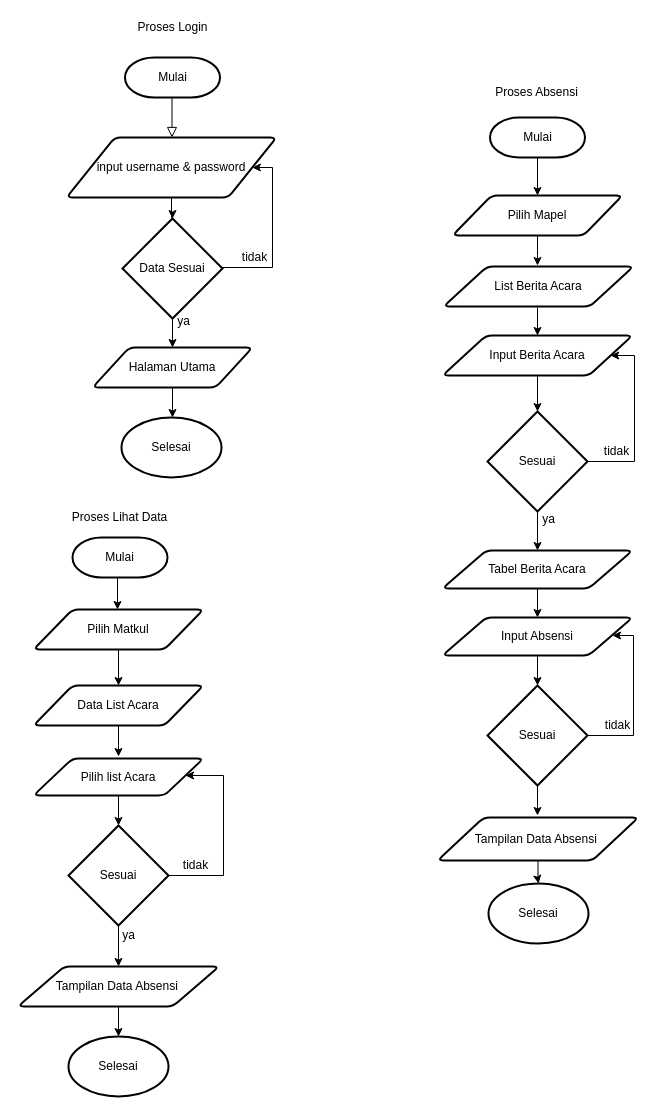
Above: page "Page-1" (1 of 3) of Untitled Diagram.drawio in wahyudi2920/afcticord_project (draw.io), before the change. Source tidied: cells renumbered, new cells numbered last; positions are measured from the earlier drawing's top-left corner, leaving out a move shared by most shapes. Both pictures are drawn from the tidied source at 100%, with x=0, y=0 at pixel (18, 17).
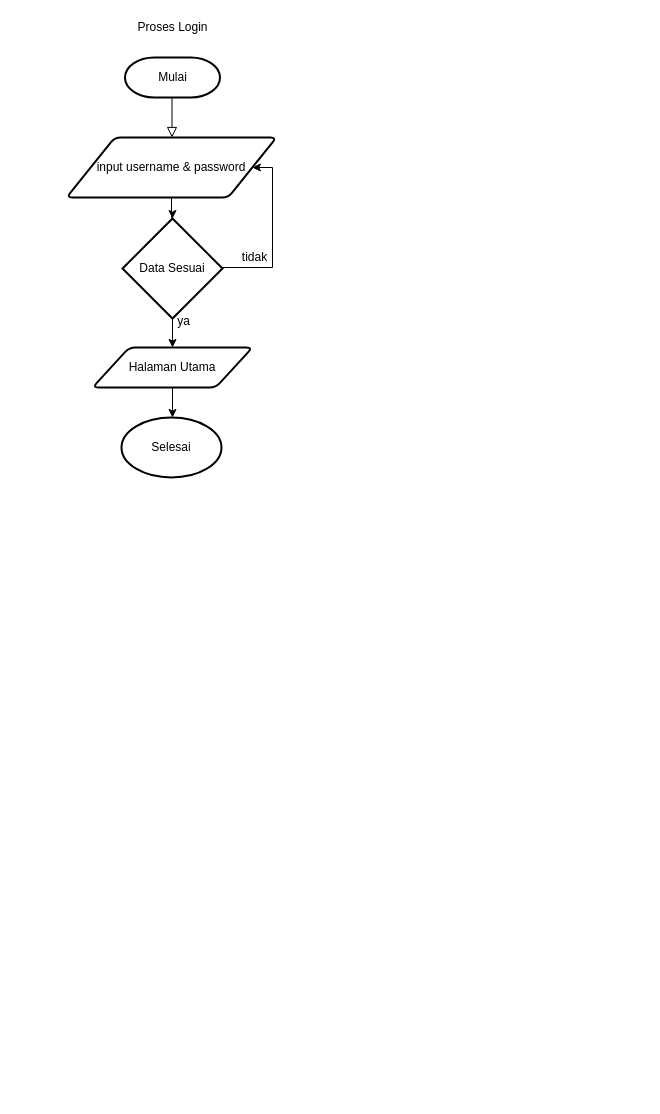
After the change.

The edit, as a diff of the source:
```diff
@@
-    <mxCell id="11" style="edgeStyle=orthogonalEdgeStyle;rounded=0;jettySize=auto;html=1;entryX=0.5;entryY=0;entryDx=0;entryDy=0;entryPerimeter=0;" parent="1" edge="1" source="12">
-      <mxGeometry relative="1" as="geometry">
-        <mxPoint x="519" y="248" as="targetPoint" />
-      </mxGeometry>
-    </mxCell>
-    <mxCell id="12" value="Pilih Mapel" style="shape=parallelogram;html=1;strokeWidth=2;perimeter=parallelogramPerimeter;whiteSpace=wrap;rounded=1;arcSize=12;size=0.23;" parent="1" vertex="1">
-      <mxGeometry x="434" y="178" width="170" height="40" as="geometry" />
-    </mxCell>
-    <mxCell id="13" style="edgeStyle=orthogonalEdgeStyle;rounded=0;jettySize=auto;html=1;entryX=0.5;entryY=0;entryDx=0;entryDy=0;" parent="1" edge="1" target="15">
-      <mxGeometry relative="1" as="geometry">
-        <mxPoint x="519" y="290" as="sourcePoint" />
-      </mxGeometry>
-    </mxCell>
-    <mxCell id="14" style="edgeStyle=orthogonalEdgeStyle;rounded=0;jettySize=auto;html=1;" parent="1" edge="1" source="15" target="18">
-      <mxGeometry relative="1" as="geometry" />
-    </mxCell>
-    <mxCell id="15" value="Input Berita Acara" style="shape=parallelogram;html=1;strokeWidth=2;perimeter=parallelogramPerimeter;whiteSpace=wrap;rounded=1;arcSize=12;size=0.23;" parent="1" vertex="1">
-      <mxGeometry x="424" y="318" width="190" height="40" as="geometry" />
-    </mxCell>
-    <mxCell id="16" style="edgeStyle=orthogonalEdgeStyle;rounded=0;jettySize=auto;html=1;exitX=1;exitY=0.5;exitDx=0;exitDy=0;exitPerimeter=0;" parent="1" edge="1" source="18" target="15">
-      <mxGeometry relative="1" as="geometry">
-        <Array as="points">
-          <mxPoint x="616" y="444" />
-          <mxPoint x="616" y="338" />
-        </Array>
-      </mxGeometry>
-    </mxCell>
-    <mxCell id="17" style="edgeStyle=orthogonalEdgeStyle;rounded=0;jettySize=auto;html=1;entryX=0.5;entryY=0;entryDx=0;entryDy=0;" parent="1" edge="1" source="18" target="47">
-      <mxGeometry relative="1" as="geometry" />
-    </mxCell>
-    <mxCell id="18" value="Sesuai" style="strokeWidth=2;html=1;shape=mxgraph.flowchart.decision;whiteSpace=wrap;" parent="1" vertex="1">
-      <mxGeometry x="469" y="394" width="100" height="100" as="geometry" />
-    </mxCell>
-    <mxCell id="19" value="tidak" style="text;html=1;align=center;verticalAlign=middle;" parent="1" vertex="1">
-      <mxGeometry x="578" y="424" width="40" height="20" as="geometry" />
-    </mxCell>
-    <mxCell id="20" style="edgeStyle=orthogonalEdgeStyle;rounded=0;jettySize=auto;html=1;entryX=0.5;entryY=0;entryDx=0;entryDy=0;entryPerimeter=0;" parent="1" edge="1" source="21" target="25">
-      <mxGeometry relative="1" as="geometry" />
-    </mxCell>
-    <mxCell id="21" value="Input Absensi" style="shape=parallelogram;html=1;strokeWidth=2;perimeter=parallelogramPerimeter;whiteSpace=wrap;rounded=1;arcSize=12;size=0.23;" parent="1" vertex="1">
-      <mxGeometry x="424" y="600" width="190" height="38" as="geometry" />
-    </mxCell>
-    <mxCell id="22" value="ya" style="text;html=1;align=center;verticalAlign=middle;" parent="1" vertex="1">
-      <mxGeometry x="515" y="492" width="30" height="20" as="geometry" />
-    </mxCell>
-    <mxCell id="23" style="edgeStyle=orthogonalEdgeStyle;rounded=0;orthogonalLoop=1;jettySize=auto;html=1;" parent="1" edge="1">
-      <mxGeometry relative="1" as="geometry">
-        <mxPoint x="565" y="718" as="sourcePoint" />
-        <mxPoint x="594" y="618" as="targetPoint" />
-        <Array as="points">
-          <mxPoint x="615" y="718" />
-          <mxPoint x="615" y="618" />
-        </Array>
-      </mxGeometry>
-    </mxCell>
-    <mxCell id="24" style="edgeStyle=orthogonalEdgeStyle;rounded=0;jettySize=auto;html=1;entryX=0.5;entryY=0;entryDx=0;entryDy=0;entryPerimeter=0;" parent="1" edge="1" source="25">
-      <mxGeometry relative="1" as="geometry">
-        <mxPoint x="519" y="798" as="targetPoint" />
-      </mxGeometry>
-    </mxCell>
-    <mxCell id="25" value="Sesuai" style="strokeWidth=2;html=1;shape=mxgraph.flowchart.decision;whiteSpace=wrap;" parent="1" vertex="1">
-      <mxGeometry x="469" y="668" width="100" height="100" as="geometry" />
-    </mxCell>
-    <mxCell id="26" value="tidak" style="text;html=1;align=center;verticalAlign=middle;" parent="1" vertex="1">
-      <mxGeometry x="579" y="698" width="40" height="20" as="geometry" />
-    </mxCell>
@@
-    <mxCell id="28" value="Proses Absensi" style="text;html=1;align=center;verticalAlign=middle;" parent="1" vertex="1">
-      <mxGeometry x="468" y="65" width="100" height="20" as="geometry" />
-    </mxCell>
-    <mxCell id="29" style="edgeStyle=orthogonalEdgeStyle;rounded=0;jettySize=auto;html=1;" parent="1" edge="1" source="30">
-      <mxGeometry relative="1" as="geometry">
-        <mxPoint x="100" y="739" as="targetPoint" />
-      </mxGeometry>
-    </mxCell>
-    <mxCell id="30" value="Data List Acara" style="shape=parallelogram;html=1;strokeWidth=2;perimeter=parallelogramPerimeter;whiteSpace=wrap;rounded=1;arcSize=12;size=0.23;" parent="1" vertex="1">
-      <mxGeometry x="15" y="668" width="170" height="40" as="geometry" />
-    </mxCell>
-    <mxCell id="31" value="ya" style="text;html=1;align=center;verticalAlign=middle;" parent="1" vertex="1">
-      <mxGeometry x="95" y="908" width="30" height="20" as="geometry" />
-    </mxCell>
-    <mxCell id="32" style="edgeStyle=orthogonalEdgeStyle;rounded=0;jettySize=auto;html=1;entryX=0.5;entryY=0;entryDx=0;entryDy=0;entryPerimeter=0;" parent="1" edge="1" source="33" target="36">
-      <mxGeometry relative="1" as="geometry" />
-    </mxCell>
-    <mxCell id="33" value="Pilih list Acara" style="shape=parallelogram;html=1;strokeWidth=2;perimeter=parallelogramPerimeter;whiteSpace=wrap;rounded=1;arcSize=12;size=0.23;" parent="1" vertex="1">
-      <mxGeometry x="15" y="741" width="170" height="37" as="geometry" />
-    </mxCell>
-    <mxCell id="34" style="edgeStyle=orthogonalEdgeStyle;rounded=0;jettySize=auto;html=1;entryX=0.5;entryY=0;entryDx=0;entryDy=0;entryPerimeter=0;" parent="1" edge="1" source="36">
-      <mxGeometry relative="1" as="geometry">
-        <mxPoint x="100" y="949" as="targetPoint" />
-      </mxGeometry>
-    </mxCell>
-    <mxCell id="35" style="edgeStyle=orthogonalEdgeStyle;rounded=0;jettySize=auto;html=1;" parent="1" edge="1" source="36" target="33">
-      <mxGeometry relative="1" as="geometry">
-        <Array as="points">
-          <mxPoint x="205" y="858" />
-          <mxPoint x="205" y="758" />
-        </Array>
-      </mxGeometry>
-    </mxCell>
-    <mxCell id="36" value="Sesuai" style="strokeWidth=2;html=1;shape=mxgraph.flowchart.decision;whiteSpace=wrap;" parent="1" vertex="1">
-      <mxGeometry x="50" y="808" width="100" height="100" as="geometry" />
-    </mxCell>
-    <mxCell id="37" value="tidak" style="text;html=1;align=center;verticalAlign=middle;" parent="1" vertex="1">
-      <mxGeometry x="157" y="838" width="40" height="20" as="geometry" />
-    </mxCell>
-    <mxCell id="38" value="Proses Lihat Data" style="text;html=1;align=center;verticalAlign=middle;" parent="1" vertex="1">
-      <mxGeometry x="46" y="490" width="110" height="20" as="geometry" />
-    </mxCell>
@@
-    <mxCell id="41" style="edgeStyle=orthogonalEdgeStyle;rounded=0;jettySize=auto;html=1;entryX=0.5;entryY=0;entryDx=0;entryDy=0;entryPerimeter=0;" parent="1" edge="1" source="42" target="55">
-      <mxGeometry relative="1" as="geometry" />
-    </mxCell>
-    <mxCell id="42" value="&lt;span&gt;Tampilan Data Absensi&amp;nbsp;&lt;/span&gt;" style="shape=parallelogram;html=1;strokeWidth=2;perimeter=parallelogramPerimeter;whiteSpace=wrap;rounded=1;arcSize=12;size=0.23;" parent="1" vertex="1">
-      <mxGeometry x="419" y="800" width="201" height="43" as="geometry" />
-    </mxCell>
-    <mxCell id="43" style="edgeStyle=orthogonalEdgeStyle;rounded=0;jettySize=auto;html=1;entryX=0.5;entryY=0;entryDx=0;entryDy=0;entryPerimeter=0;" parent="1" edge="1" source="44" target="52">
-      <mxGeometry relative="1" as="geometry" />
-    </mxCell>
-    <mxCell id="44" value="&lt;span&gt;Tampilan Data Absensi&amp;nbsp;&lt;/span&gt;" style="shape=parallelogram;html=1;strokeWidth=2;perimeter=parallelogramPerimeter;whiteSpace=wrap;rounded=1;arcSize=12;size=0.23;" parent="1" vertex="1">
-      <mxGeometry x="-0.5" y="949" width="201" height="40" as="geometry" />
-    </mxCell>
-    <mxCell id="45" value="List Berita Acara" style="shape=parallelogram;html=1;strokeWidth=2;perimeter=parallelogramPerimeter;whiteSpace=wrap;rounded=1;arcSize=12;size=0.23;" parent="1" vertex="1">
-      <mxGeometry x="425" y="249" width="190" height="40" as="geometry" />
-    </mxCell>
-    <mxCell id="46" style="edgeStyle=orthogonalEdgeStyle;rounded=0;jettySize=auto;html=1;entryX=0.5;entryY=0;entryDx=0;entryDy=0;" parent="1" edge="1" source="47" target="21">
-      <mxGeometry relative="1" as="geometry" />
-    </mxCell>
-    <mxCell id="47" value="Tabel Berita Acara" style="shape=parallelogram;html=1;strokeWidth=2;perimeter=parallelogramPerimeter;whiteSpace=wrap;rounded=1;arcSize=12;size=0.23;" parent="1" vertex="1">
-      <mxGeometry x="424" y="533" width="190" height="38" as="geometry" />
-    </mxCell>
-    <mxCell id="48" style="edgeStyle=orthogonalEdgeStyle;rounded=0;jettySize=auto;html=1;entryX=0.5;entryY=0;entryDx=0;entryDy=0;" parent="1" edge="1" source="49" target="30">
-      <mxGeometry relative="1" as="geometry" />
-    </mxCell>
-    <mxCell id="49" value="Pilih Matkul" style="shape=parallelogram;html=1;strokeWidth=2;perimeter=parallelogramPerimeter;whiteSpace=wrap;rounded=1;arcSize=12;size=0.23;" parent="1" vertex="1">
-      <mxGeometry x="15" y="592" width="170" height="40" as="geometry" />
-    </mxCell>
-    <mxCell id="50" style="edgeStyle=orthogonalEdgeStyle;rounded=0;orthogonalLoop=1;jettySize=auto;html=1;" parent="1" edge="1">
-      <mxGeometry relative="1" as="geometry">
-        <mxPoint x="100.5" y="560" as="sourcePoint" />
-        <mxPoint x="99" y="592" as="targetPoint" />
-      </mxGeometry>
-    </mxCell>
-    <mxCell id="51" value="Mulai" style="strokeWidth=2;html=1;shape=mxgraph.flowchart.terminator;whiteSpace=wrap;" parent="1" vertex="1">
-      <mxGeometry x="54" y="520" width="95" height="40" as="geometry" />
-    </mxCell>
-    <mxCell id="52" value="Selesai" style="strokeWidth=2;html=1;shape=mxgraph.flowchart.start_1;whiteSpace=wrap;" parent="1" vertex="1">
-      <mxGeometry x="50" y="1019" width="100" height="60" as="geometry" />
-    </mxCell>
-    <mxCell id="53" style="edgeStyle=orthogonalEdgeStyle;rounded=0;jettySize=auto;html=1;entryX=0.5;entryY=0;entryDx=0;entryDy=0;" parent="1" edge="1" source="54" target="12">
-      <mxGeometry relative="1" as="geometry" />
-    </mxCell>
-    <mxCell id="54" value="Mulai" style="strokeWidth=2;html=1;shape=mxgraph.flowchart.terminator;whiteSpace=wrap;" parent="1" vertex="1">
-      <mxGeometry x="471.5" y="100" width="95" height="40" as="geometry" />
-    </mxCell>
-    <mxCell id="55" value="Selesai" style="strokeWidth=2;html=1;shape=mxgraph.flowchart.start_1;whiteSpace=wrap;" parent="1" vertex="1">
-      <mxGeometry x="470" y="866" width="100" height="60" as="geometry" />
-    </mxCell>
```
